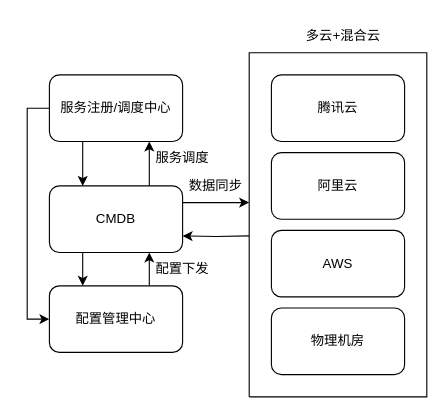
The draw.io diagram config_manage_center.drawio in Henryblankwu/untitled7, before the edit. Source tidied: cells renumbered, new cells numbered last; positions are measured from the earlier drawing's top-left corner, leaving out a move shared by most shapes. Both pictures are drawn from the tidied source at 111%, with x=0, y=0 at pixel (49, 19).
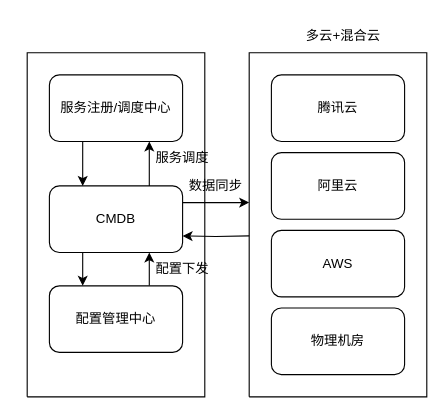
Above is the later version.

Unchanged cells that the change refers to:
```xml
<mxCell id="3" value="配置管理中心" style="rounded=1;whiteSpace=wrap;html=1;" parent="1" vertex="1">
  <mxGeometry y="240" width="120" height="60" as="geometry" />
</mxCell>
<mxCell id="17" value="服务注册/调度中心" style="rounded=1;whiteSpace=wrap;html=1;" parent="1" vertex="1">
  <mxGeometry y="50" width="120" height="60" as="geometry" />
</mxCell>
```

Diff of the diagram source:
```diff
@@
-    <mxCell id="16" style="edgeStyle=orthogonalEdgeStyle;rounded=0;jettySize=auto;html=1;exitX=0;exitY=0.5;exitDx=0;exitDy=0;entryX=0;entryY=0.5;entryDx=0;entryDy=0;" parent="1" edge="1" source="17" target="3">
-      <mxGeometry relative="1" as="geometry" />
-    </mxCell>
@@
+    <mxCell id="21" style="endArrow=none;html=1;rounded=0;" parent="1" edge="1">
+      <mxGeometry relative="1" as="geometry">
+        <mxPoint x="-20" y="340" as="sourcePoint" />
+        <mxPoint x="-20" y="340" as="targetPoint" />
+        <Array as="points">
+          <mxPoint x="140" y="340" />
+          <mxPoint x="140" y="30" />
+          <mxPoint x="-20" y="30" />
+        </Array>
+      </mxGeometry>
+    </mxCell>
```
